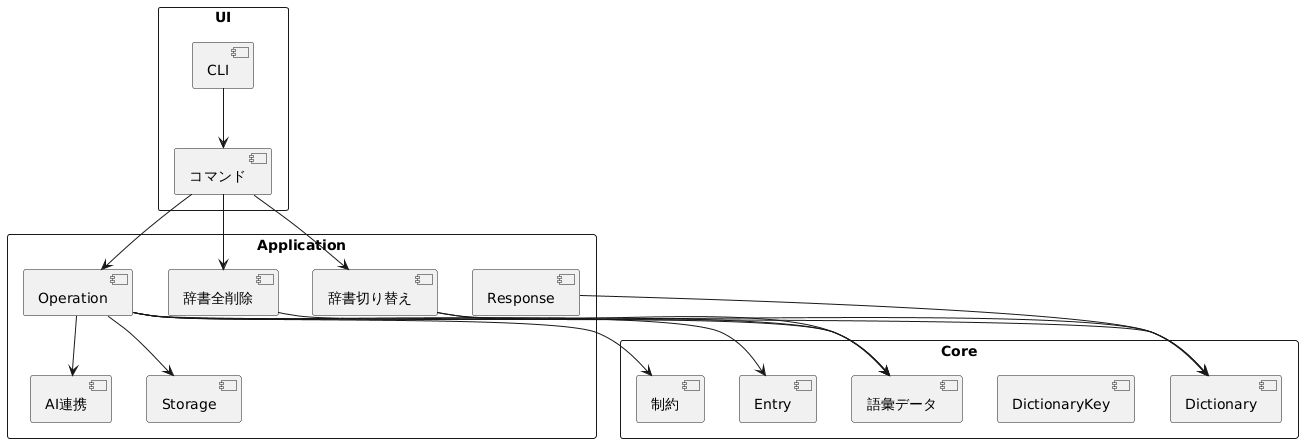
Above: docs/design.png in tooppoo/lexica (PlantUML), before the change.
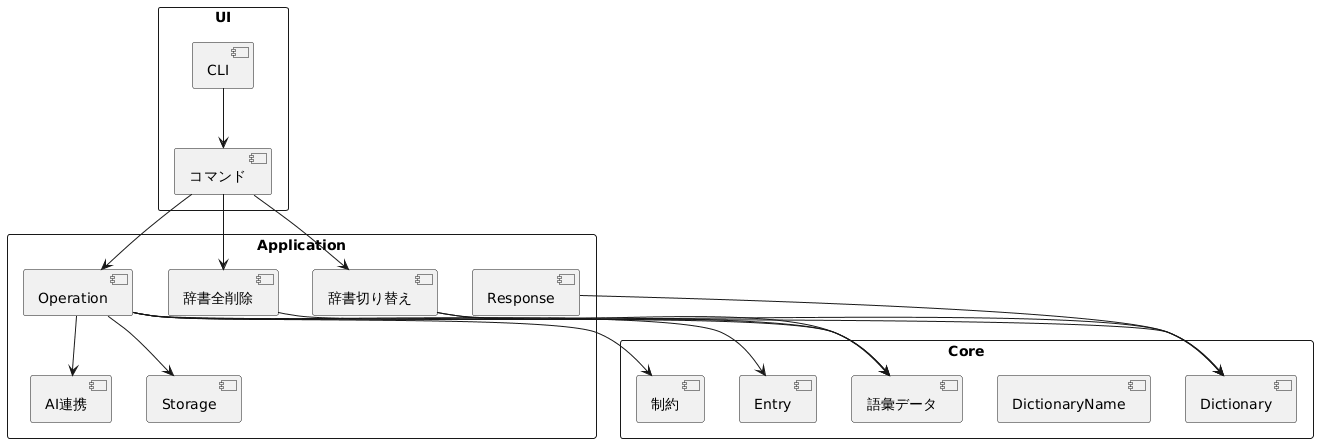
After the change.

Change to the diagram source:
```diff
@@ -19,7 +19,7 @@
   [語彙データ]
   [Entry]
   [Dictionary]
-  [DictionaryKey]
+  [DictionaryName]
   [制約]
 }
 
```
